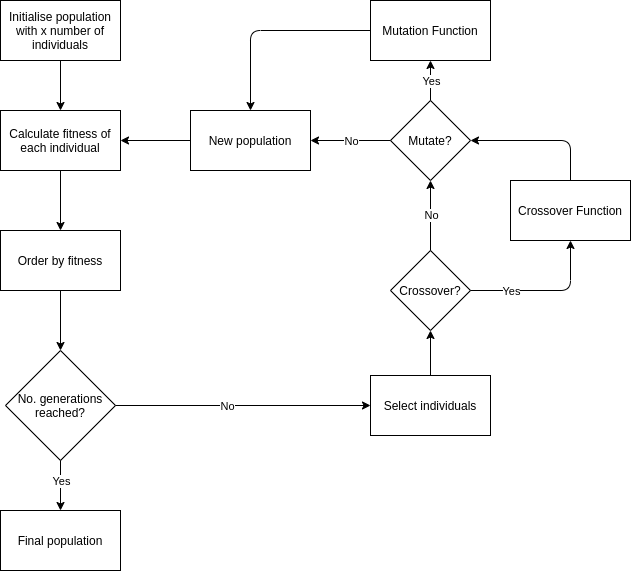
This is diagrams/Genetic Algorithm.png from DessyT/Drone-Delivery-Scheduling, a draw.io export, as it was before one commit. Source tidied: cells renumbered, new cells last; positions are measured from the earlier drawing's top-left corner, leaving out a move shared by most shapes.
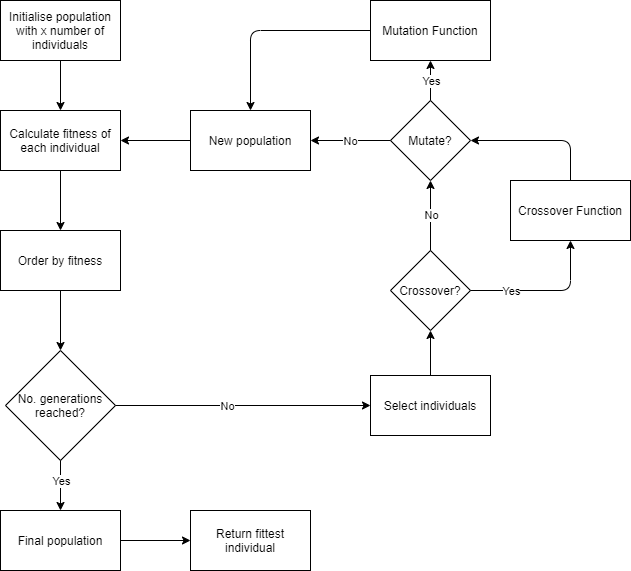
Later version of the same file.

What changed in the source:
```diff
@@ -118,5 +118,11 @@
         <mxPoint x="-22.4" y="3" as="offset" />
       </mxGeometry>
     </mxCell>
+    <mxCell id="32" value="Return fittest individual" style="rounded=0;whiteSpace=wrap;html=1;" parent="1" vertex="1">
+      <mxGeometry x="190" y="510" width="120" height="60" as="geometry" />
+    </mxCell>
+    <mxCell id="33" style="endArrow=classic;html=1;exitX=1;exitY=0.5;exitDx=0;exitDy=0;entryX=0;entryY=0.5;entryDx=0;entryDy=0;" parent="1" edge="1" source="13" target="32">
+      <mxGeometry relative="1" as="geometry" />
+    </mxCell>
   </root>
 </mxGraphModel>
```
